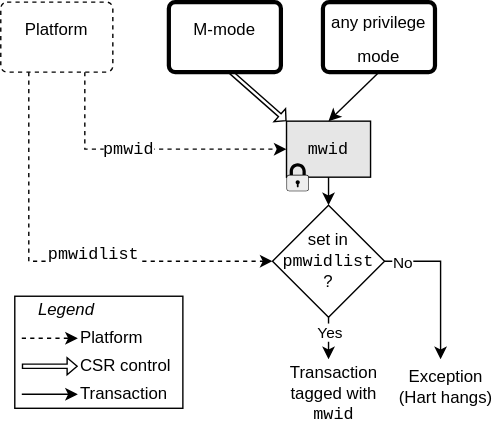
Before: src/images/drawio/Smwid.svg, a diagram exported from draw.io (riscv/riscv-worlds). Source tidied: cells renumbered, new cells last; positions are measured from the earlier drawing's top-left corner, leaving out a move shared by most shapes.
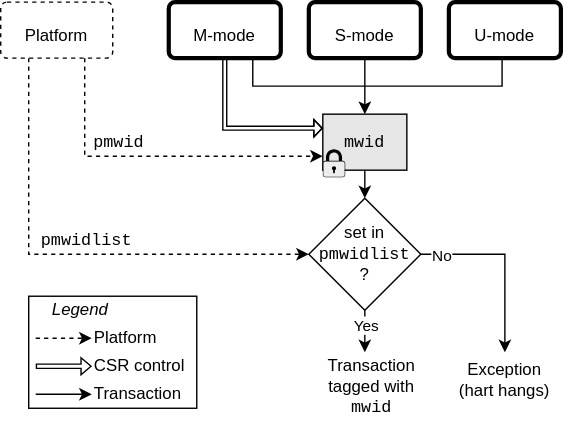
Later version of the same file.

Change to the diagram source:
```diff
@@ -3,7 +3,7 @@
     <mxCell id="0" />
     <mxCell id="1" parent="0" />
     <mxCell id="2" style="group;" parent="1" vertex="1">
-      <mxGeometry x="10" y="210" width="125" height="80" as="geometry" />
+      <mxGeometry x="20" y="220" width="125" height="80" as="geometry" />
     </mxCell>
     <mxCell id="3" style="rounded=0;whiteSpace=wrap;html=1;" parent="2" vertex="1">
       <mxGeometry width="120" height="80" as="geometry" />
@@ -35,54 +35,54 @@
         <mxPoint x="5" y="50" as="sourcePoint" />
       </mxGeometry>
     </mxCell>
-    <mxCell id="11" value="&lt;font style=&quot;font-size: 12px;&quot;&gt;M-mode&lt;/font&gt;" style="html=1;overflow=block;blockSpacing=1;whiteSpace=wrap;fontSize=20;spacing=5;strokeOpacity=100;fillOpacity=100;rounded=1;absoluteArcSize=1;arcSize=9;fillColor=#ffffff;strokeWidth=3;lucidId=RJBa-lLBp8Ld;verticalAlign=top;" parent="1" vertex="1">
-      <mxGeometry x="120" width="80" height="50" as="geometry" />
+    <mxCell id="11" value="&lt;font style=&quot;font-size: 12px;&quot;&gt;M-mode&lt;/font&gt;" style="html=1;overflow=block;blockSpacing=1;whiteSpace=wrap;fontSize=20;spacing=5;strokeOpacity=100;fillOpacity=100;rounded=1;absoluteArcSize=1;arcSize=9;fillColor=#ffffff;strokeWidth=3;lucidId=RJBa-lLBp8Ld;verticalAlign=middle;" parent="1" vertex="1">
+      <mxGeometry x="120" y="10" width="80" height="40" as="geometry" />
     </mxCell>
-    <mxCell id="12" value="&lt;font style=&quot;font-size: 12px;&quot;&gt;Platform&lt;/font&gt;" style="html=1;overflow=block;blockSpacing=1;whiteSpace=wrap;fontSize=20;fontColor=default;spacing=5;strokeOpacity=100;fillOpacity=100;rounded=1;absoluteArcSize=1;arcSize=9;fillColor=#ffffff;fixDash=1;strokeWidth=1;lucidId=RJBal6eY-SyX;verticalAlign=top;dashed=1;" parent="1" vertex="1">
-      <mxGeometry width="80" height="50" as="geometry" />
+    <mxCell id="12" value="&lt;font style=&quot;font-size: 12px;&quot;&gt;Platform&lt;/font&gt;" style="html=1;overflow=block;blockSpacing=1;whiteSpace=wrap;fontSize=20;fontColor=default;spacing=5;strokeOpacity=100;fillOpacity=100;rounded=1;absoluteArcSize=1;arcSize=9;fillColor=#ffffff;fixDash=1;strokeWidth=1;lucidId=RJBal6eY-SyX;verticalAlign=middle;dashed=1;" parent="1" vertex="1">
+      <mxGeometry y="10" width="80" height="40" as="geometry" />
     </mxCell>
-    <mxCell id="13" value="&lt;font style=&quot;font-size: 12px;&quot;&gt;any privilege&lt;br&gt;mode&lt;/font&gt;" style="html=1;overflow=block;blockSpacing=1;whiteSpace=wrap;fontSize=20;spacing=0;strokeOpacity=100;fillOpacity=100;rounded=1;absoluteArcSize=1;arcSize=9;fillColor=#ffffff;strokeWidth=3;lucidId=RJBa-lLBp8Ld;verticalAlign=top;" parent="1" vertex="1">
-      <mxGeometry x="230" width="80" height="50" as="geometry" />
+    <mxCell id="13" value="&lt;span style=&quot;font-size: 12px;&quot;&gt;S-mode&lt;/span&gt;" style="html=1;overflow=block;blockSpacing=1;whiteSpace=wrap;fontSize=20;spacing=0;strokeOpacity=100;fillOpacity=100;rounded=1;absoluteArcSize=1;arcSize=9;fillColor=#ffffff;strokeWidth=3;lucidId=RJBa-lLBp8Ld;verticalAlign=middle;" parent="1" vertex="1">
+      <mxGeometry x="220" y="10" width="80" height="40" as="geometry" />
     </mxCell>
-    <mxCell id="14" style="endArrow=classic;html=1;rounded=0;exitX=0.75;exitY=1;exitDx=0;exitDy=0;entryX=0;entryY=0.5;entryDx=0;entryDy=0;strokeWidth=1;dashed=1;" parent="1" edge="1" source="12" target="16">
+    <mxCell id="14" style="endArrow=classic;html=1;rounded=0;exitX=0.75;exitY=1;exitDx=0;exitDy=0;entryX=0;entryY=0.75;entryDx=0;entryDy=0;strokeWidth=1;dashed=1;" parent="1" edge="1" source="12" target="16">
       <mxGeometry relative="1" as="geometry">
         <Array as="points">
-          <mxPoint x="60" y="105" />
+          <mxPoint x="60" y="120" />
         </Array>
       </mxGeometry>
     </mxCell>
     <mxCell id="15" value="&lt;font style=&quot;font-size: 12px;&quot; face=&quot;Courier New&quot;&gt;pmwid&lt;/font&gt;" style="edgeLabel;html=1;align=center;verticalAlign=middle;" parent="14" vertex="1">
       <mxGeometry x="-0.54" y="2" relative="1" as="geometry">
-        <mxPoint x="28" y="9" as="offset" />
+        <mxPoint x="21" y="5" as="offset" />
       </mxGeometry>
     </mxCell>
     <mxCell id="16" value="&lt;font face=&quot;Courier New&quot; style=&quot;font-size: 12px;&quot;&gt;mwid&lt;/font&gt;" style="rounded=0;whiteSpace=wrap;html=1;fillColor=#E6E6E6;" parent="1" vertex="1">
-      <mxGeometry x="204" y="85" width="60" height="40" as="geometry" />
+      <mxGeometry x="230" y="90" width="60" height="40" as="geometry" />
     </mxCell>
     <mxCell id="17" style="shape=mxgraph.networks2.icon;fillColor=#EDEDED;strokeColor=#000000;gradientColor=#5B6163;network2IconShadow=1;network2bgFillColor=none;labelPosition=center;verticalLabelPosition=bottom;align=center;verticalAlign=top;network2Icon=mxgraph.networks2.lock;network2IconW=0.8;network2IconH=0.9999;" parent="1" vertex="1">
-      <mxGeometry x="204" y="115" width="16" height="20" as="geometry" />
+      <mxGeometry x="230" y="115" width="16" height="20" as="geometry" />
     </mxCell>
     <mxCell id="18" style="endArrow=classic;html=1;rounded=0;exitX=0.5;exitY=1;exitDx=0;exitDy=0;entryX=0.5;entryY=0;entryDx=0;entryDy=0;strokeWidth=1;" parent="1" edge="1" source="16" target="19">
       <mxGeometry relative="1" as="geometry" />
     </mxCell>
     <mxCell id="19" value="&lt;font style=&quot;font-size: 12px;&quot;&gt;set in&lt;br&gt;&lt;font face=&quot;Courier New&quot; style=&quot;&quot;&gt;pmwidlist&lt;br&gt;&lt;/font&gt;?&lt;/font&gt;" style="rhombus;whiteSpace=wrap;html=1;" parent="1" vertex="1">
-      <mxGeometry x="194" y="145" width="80" height="80" as="geometry" />
+      <mxGeometry x="220" y="150" width="80" height="80" as="geometry" />
     </mxCell>
     <mxCell id="20" style="endArrow=classic;html=1;rounded=0;strokeWidth=1;exitX=0.25;exitY=1;exitDx=0;exitDy=0;dashed=1;" parent="1" edge="1" source="12" target="19">
       <mxGeometry relative="1" as="geometry">
         <Array as="points">
-          <mxPoint x="20" y="185" />
+          <mxPoint x="20" y="190" />
         </Array>
       </mxGeometry>
     </mxCell>
     <mxCell id="21" value="&lt;font style=&quot;font-size: 12px;&quot; face=&quot;Courier New&quot;&gt;pmwidlist&lt;/font&gt;" style="edgeLabel;html=1;align=center;verticalAlign=middle;" parent="20" vertex="1">
       <mxGeometry x="-0.54" y="2" relative="1" as="geometry">
-        <mxPoint x="43" y="59" as="offset" />
+        <mxPoint x="38" y="52" as="offset" />
       </mxGeometry>
     </mxCell>
     <mxCell id="22" style="endArrow=classic;html=1;rounded=0;exitX=0.5;exitY=1;exitDx=0;exitDy=0;entryX=0.5;entryY=0;entryDx=0;entryDy=0;strokeWidth=1;" parent="1" edge="1" source="19">
       <mxGeometry relative="1" as="geometry">
-        <mxPoint x="234" y="255" as="targetPoint" />
+        <mxPoint x="260" y="260" as="targetPoint" />
       </mxGeometry>
     </mxCell>
     <mxCell id="23" value="Yes" style="edgeLabel;html=1;align=center;verticalAlign=middle;" parent="22" vertex="1">
@@ -91,13 +91,12 @@
       </mxGeometry>
     </mxCell>
     <mxCell id="24" value="&lt;font style=&quot;font-size: 12px;&quot;&gt;Transaction&lt;br&gt;tagged with&lt;br&gt;&lt;font face=&quot;Courier New&quot; style=&quot;&quot;&gt;mwid&lt;/font&gt;&lt;/font&gt;" style="text;html=1;whiteSpace=wrap;strokeColor=none;fillColor=default;align=center;verticalAlign=middle;rounded=0;" parent="1" vertex="1">
-      <mxGeometry x="198" y="255" width="80" height="50" as="geometry" />
+      <mxGeometry x="220" y="260" width="90" height="50" as="geometry" />
     </mxCell>
-    <mxCell id="25" style="endArrow=classic;html=1;rounded=0;exitX=1;exitY=0.5;exitDx=0;exitDy=0;strokeWidth=1;entryX=0.5;entryY=0;entryDx=0;entryDy=0;" parent="1" edge="1" source="19">
+    <mxCell id="25" style="endArrow=classic;html=1;rounded=0;exitX=1;exitY=0.5;exitDx=0;exitDy=0;strokeWidth=1;entryX=0.5;entryY=0;entryDx=0;entryDy=0;" parent="1" edge="1" source="19" target="27">
       <mxGeometry relative="1" as="geometry">
-        <mxPoint x="314" y="255" as="targetPoint" />
         <Array as="points">
-          <mxPoint x="314" y="185" />
+          <mxPoint x="360" y="190" />
         </Array>
       </mxGeometry>
     </mxCell>
@@ -106,16 +105,39 @@
         <mxPoint y="1" as="offset" />
       </mxGeometry>
     </mxCell>
-    <mxCell id="27" value="&lt;font style=&quot;font-size: 12px;&quot;&gt;Exception (Hart hangs)&lt;/font&gt;" style="text;html=1;whiteSpace=wrap;strokeColor=none;fillColor=default;align=center;verticalAlign=middle;rounded=0;" parent="1" vertex="1">
-      <mxGeometry x="278" y="255" width="80" height="40" as="geometry" />
+    <mxCell id="27" value="&lt;font style=&quot;font-size: 12px;&quot;&gt;Exception (hart hangs)&lt;/font&gt;" style="text;html=1;whiteSpace=wrap;strokeColor=none;fillColor=default;align=center;verticalAlign=middle;rounded=0;" parent="1" vertex="1">
+      <mxGeometry x="320" y="260" width="80" height="40" as="geometry" />
     </mxCell>
     <mxCell id="28" style="endArrow=classic;html=1;rounded=0;strokeWidth=1;entryX=0.5;entryY=0;entryDx=0;entryDy=0;exitX=0.5;exitY=1;exitDx=0;exitDy=0;" parent="1" edge="1" source="13" target="16">
       <mxGeometry relative="1" as="geometry" />
     </mxCell>
-    <mxCell id="29" style="shape=flexArrow;endArrow=classic;html=1;rounded=0;exitX=0.546;exitY=1.025;exitDx=0;exitDy=0;exitPerimeter=0;endWidth=8.666666666666666;endSize=1.6395348837209303;width=2.7906976744186047;entryX=0;entryY=0;entryDx=0;entryDy=0;" parent="1" edge="1" target="16">
+    <mxCell id="29" style="shape=flexArrow;endArrow=classic;html=1;rounded=0;exitX=0.5;exitY=1;exitDx=0;exitDy=0;endWidth=8.666666666666666;endSize=1.6395348837209303;width=2.7906976744186047;entryX=0;entryY=0.25;entryDx=0;entryDy=0;" parent="1" edge="1" source="11" target="16">
       <mxGeometry relative="1" as="geometry">
-        <mxPoint x="164.3" y="50" as="sourcePoint" />
+        <Array as="points">
+          <mxPoint x="160" y="100" />
+        </Array>
       </mxGeometry>
     </mxCell>
+    <mxCell id="30" value="&lt;span style=&quot;font-size: 12px;&quot;&gt;U-mode&lt;/span&gt;" style="html=1;overflow=block;blockSpacing=1;whiteSpace=wrap;fontSize=20;spacing=0;strokeOpacity=100;fillOpacity=100;rounded=1;absoluteArcSize=1;arcSize=9;fillColor=#ffffff;strokeWidth=3;lucidId=RJBa-lLBp8Ld;verticalAlign=middle;" parent="1" vertex="1">
+      <mxGeometry x="320" y="10" width="80" height="40" as="geometry" />
+    </mxCell>
+    <mxCell id="31" style="endArrow=none;html=1;rounded=0;strokeWidth=1;exitX=0.5;exitY=1;exitDx=0;exitDy=0;endFill=0;" parent="1" edge="1">
+      <mxGeometry relative="1" as="geometry">
+        <mxPoint x="180" y="50" as="sourcePoint" />
+        <mxPoint x="260" y="70" as="targetPoint" />
+        <Array as="points">
+          <mxPoint x="180" y="70" />
+        </Array>
+      </mxGeometry>
+    </mxCell>
+    <mxCell id="32" style="endArrow=none;html=1;rounded=0;strokeWidth=1;exitX=0.5;exitY=1;exitDx=0;exitDy=0;endFill=0;" parent="1" edge="1">
+      <mxGeometry relative="1" as="geometry">
+        <mxPoint x="358" y="50" as="sourcePoint" />
+        <mxPoint x="260" y="70" as="targetPoint" />
+        <Array as="points">
+          <mxPoint x="358" y="70" />
+        </Array>
+      </mxGeometry>
+    </mxCell>
   </root>
 </mxGraphModel>
```
